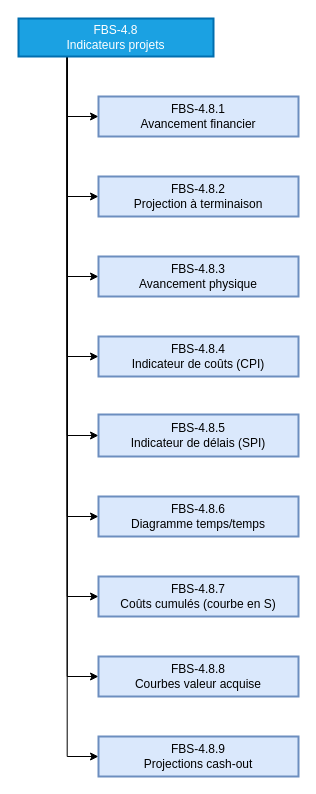
Before: page "FBS-4.8" (8 of 11) of docs/spec/waterfall.visuels.drawio in waterfall-project/wf-project, a draw.io diagram. Source tidied: cells renumbered, new cells numbered last; positions are measured from the earlier drawing's top-left corner, leaving out a move shared by most shapes. Both pictures are drawn from the tidied source at 100%, with x=0, y=0 at pixel (18, 18).
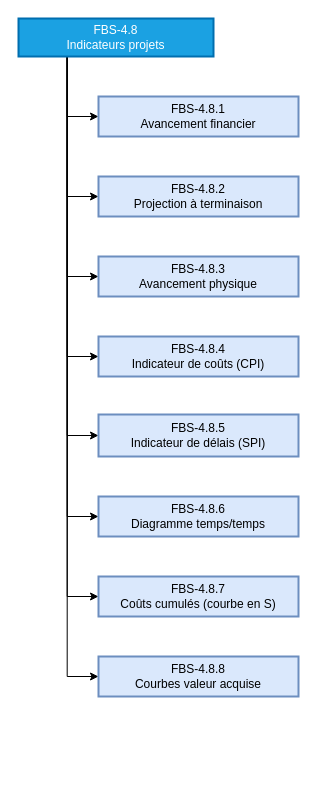
The same page after the edit.

Unchanged cells that the change refers to:
```xml
<mxCell id="11" value="FBS-4.8&#10;Indicateurs projets" style="whiteSpace=wrap;strokeWidth=2;fillColor=#1ba1e2;fontColor=#ffffff;strokeColor=#006EAF;" parent="1" vertex="1">
  <mxGeometry width="195" height="38" as="geometry" />
</mxCell>
```

Diff of the diagram source:
```diff
@@
-    <mxCell id="10" style="edgeStyle=orthogonalEdgeStyle;rounded=0;jettySize=auto;html=1;exitX=0.25;exitY=1;exitDx=0;exitDy=0;entryX=0;entryY=0.5;entryDx=0;entryDy=0;" parent="1" edge="1" source="11" target="19">
-      <mxGeometry relative="1" as="geometry" />
-    </mxCell>
@@
-    <mxCell id="19" value="FBS-4.8.9&#10;Projections cash-out" style="whiteSpace=wrap;strokeWidth=2;fillColor=#dae8fc;strokeColor=#6c8ebf;" parent="1" vertex="1">
-      <mxGeometry x="80" y="718" width="200" height="40" as="geometry" />
-    </mxCell>
```
